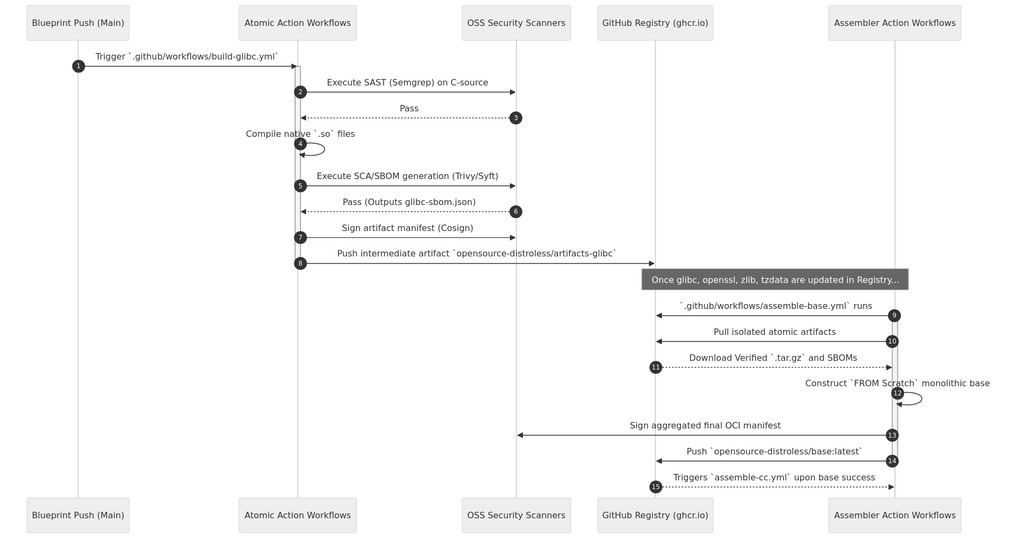
Above: docs/images/pipeline_flow.png in mbuccarello/distroless-the-hard-way (Mermaid), before the change. Its source is kept beside it as docs/mermaid/pipeline_flow.mmd.
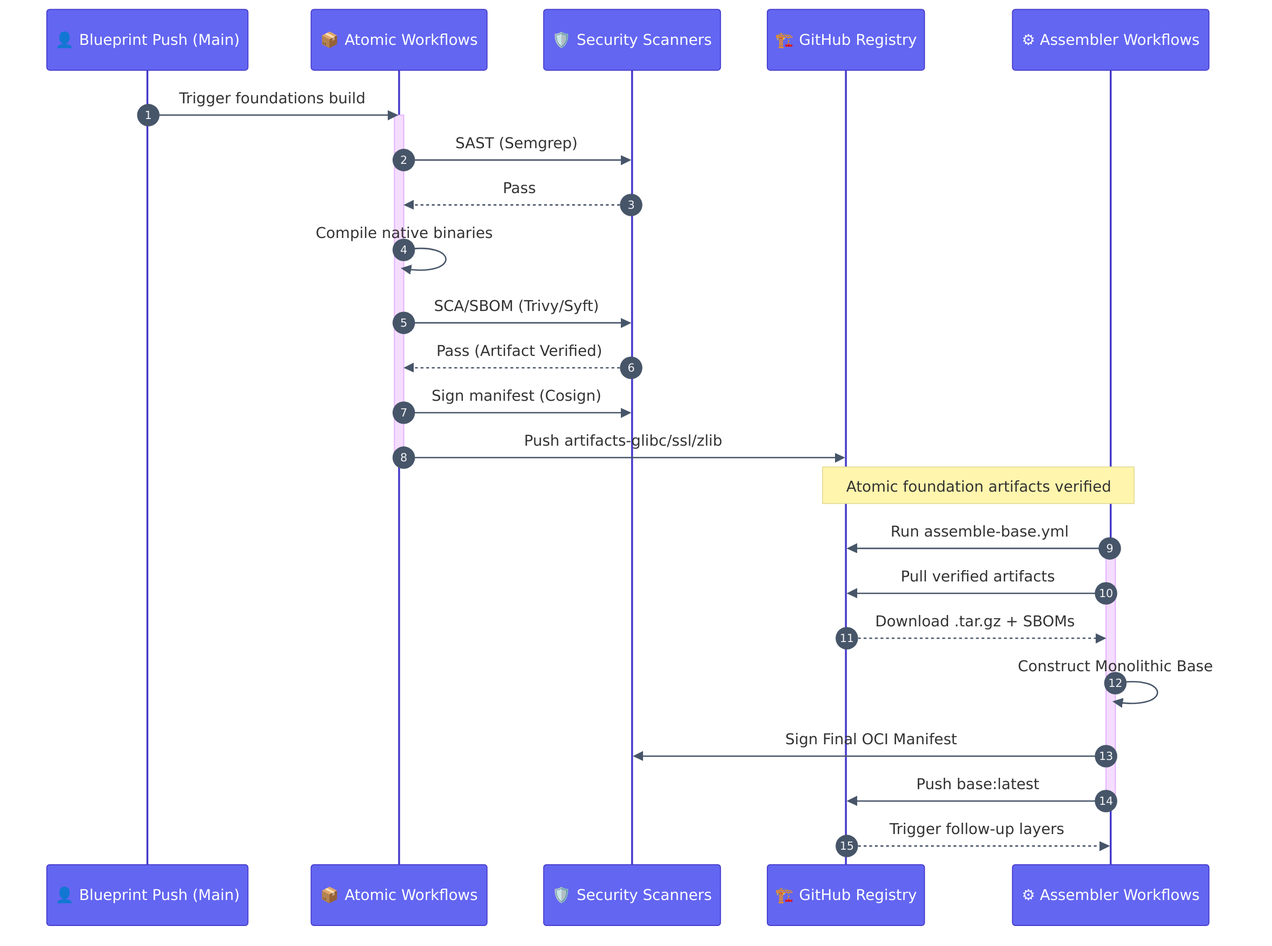
Above is the later version.

The edit, as a diff of the source:
```diff
@@ -1,34 +1,35 @@
+%%{init: {'theme': 'base', 'themeVariables': { 'actorBkg': '#6366f1', 'actorTextColor': '#ffffff', 'actorBorder': '#4338ca', 'noteBkg': '#f8fafc', 'noteBorder': '#cbd5e1', 'signalColor': '#475569', 'loopTextColor': '#1e293b' }}}%%
 sequenceDiagram
     autonumber
-    participant Dev as Blueprint Push (Main)
-    participant Atomic as Atomic Action Workflows
-    participant Security as OSS Security Scanners
-    participant Reg as GitHub Registry (ghcr.io)
-    participant Assembler as Assembler Action Workflows
+    participant Dev as 👤 Blueprint Push (Main)
+    participant Atomic as 📦 Atomic Workflows
+    participant Security as 🛡️ Security Scanners
+    participant Reg as 🏗️ GitHub Registry
+    participant Assembler as ⚙️ Assembler Workflows
 
-    Dev->>Atomic: Trigger `.github/workflows/build-glibc.yml`
+    Dev->>Atomic: Trigger foundations build
     activate Atomic
 
-    Atomic->>Security: Execute SAST (Semgrep) on C-source
+    Atomic->>Security: SAST (Semgrep)
     Security-->>Atomic: Pass
-    Atomic->>Atomic: Compile native `.so` files
-    Atomic->>Security: Execute SCA/SBOM generation (Trivy/Syft)
-    Security-->>Atomic: Pass (Outputs glibc-sbom.json)
-    Atomic->>Security: Sign artifact manifest (Cosign)
+    Atomic->>Atomic: Compile native binaries
+    Atomic->>Security: SCA/SBOM (Trivy/Syft)
+    Security-->>Atomic: Pass (Artifact Verified)
+    Atomic->>Security: Sign manifest (Cosign)
 
-    Atomic->>Reg: Push intermediate artifact `opensource-distroless/artifacts-glibc`
+    Atomic->>Reg: Push artifacts-glibc/ssl/zlib
     deactivate Atomic
 
-    note over Reg, Assembler: Once glibc, openssl, zlib, tzdata are updated in Registry...
+    Note over Reg, Assembler: Atomic foundation artifacts verified
 
-    Assembler->>Reg: `.github/workflows/assemble-base.yml` runs
+    Assembler->>Reg: Run assemble-base.yml
     activate Assembler
-    Assembler->>Reg: Pull isolated atomic artifacts
-    Reg-->>Assembler: Download Verified `.tar.gz` and SBOMs
+    Assembler->>Reg: Pull verified artifacts
+    Reg-->>Assembler: Download .tar.gz + SBOMs
 
-    Assembler->>Assembler: Construct `FROM Scratch` monolithic base
-    Assembler->>Security: Sign aggregated final OCI manifest
-    Assembler->>Reg: Push `opensource-distroless/base:latest`
+    Assembler->>Assembler: Construct Monolithic Base
+    Assembler->>Security: Sign Final OCI Manifest
+    Assembler->>Reg: Push base:latest
     deactivate Assembler
 
-    Reg-->>Assembler: Triggers `assemble-cc.yml` upon base success
+    Reg-->>Assembler: Trigger follow-up layers
```
